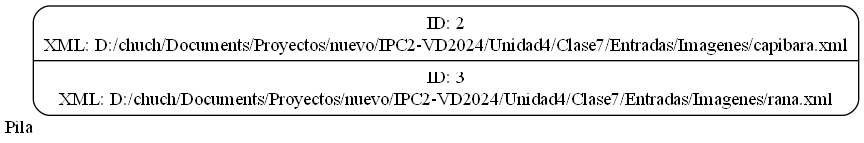
chuchoalm/IPC2_ProyectoVD2024_202200239 keeps this Graphviz diagram as reportes/pila.png. Above is the earlier version. Its source is kept beside it as reportesdot/pila.dot.
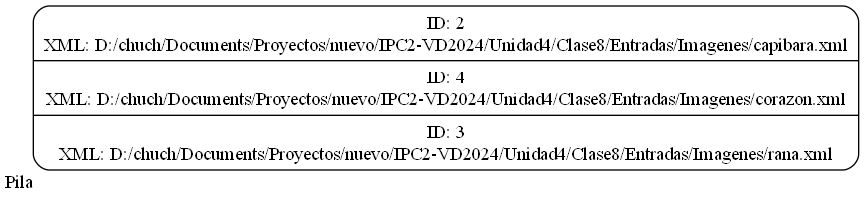
Later version of the same file.

Change to the diagram source:
```diff
@@ -1,5 +1,5 @@
 digraph G {
     rankdir=LR;
     node[shape=Mrecord];
-    Pila[xlabel="Pila" label="ID: 2\nXML: D:/chuch/Documents/Proyectos/nuevo/IPC2-VD2024/Unidad4/Clase7/Entradas/Imagenes/capibara.xml|ID: 3\nXML: D:/chuch/Documents/Proyectos/nuevo/IPC2-VD2024/Unidad4/Clase7/Entradas/Imagenes/rana.xml"];
+    Pila[xlabel="Pila" label="ID: 2\nXML: D:/chuch/Documents/Proyectos/nuevo/IPC2-VD2024/Unidad4/Clase8/Entradas/Imagenes/capibara.xml|ID: 4\nXML: D:/chuch/Documents/Proyectos/nuevo/IPC2-VD2024/Unidad4/Clase8/Entradas/Imagenes/corazon.xml|ID: 3\nXML: D:/chuch/Documents/Proyectos/nuevo/IPC2-VD2024/Unidad4/Clase8/Entradas/Imagenes/rana.xml"];
 }
```
